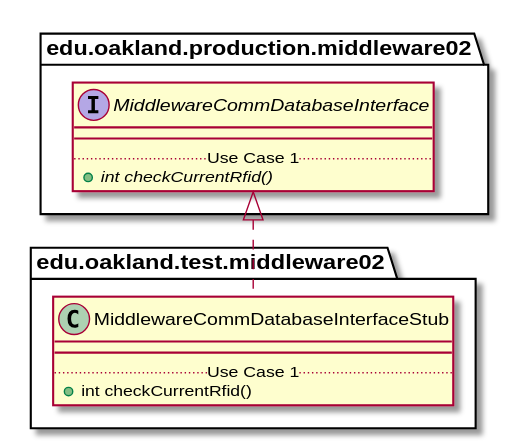
andrewdimmer/csi-3370-software-project keeps this PlantUML diagram as docs/uml-class-diagrams/middleware02/test/MiddlewareCommDatabaseInterfaceStub/MiddlewareCommDatabaseInterfaceStub_Closure.svg. Above is the earlier version. The source it was exported from:
```plantuml
@startuml MiddlewareCommDatabaseInterfaceStub_Closure


package edu.oakland.test.middleware02 {
    class MiddlewareCommDatabaseInterfaceStub {
        __
        .. Use Case 1 ..
        + int checkCurrentRfid()
    }
}




package edu.oakland.production.middleware02 {
    interface MiddlewareCommDatabaseInterface {
        __
        .. Use Case 1 ..
        {abstract} + int checkCurrentRfid()
    }
}






MiddlewareCommDatabaseInterfaceStub .up.|> MiddlewareCommDatabaseInterface



@enduml
```
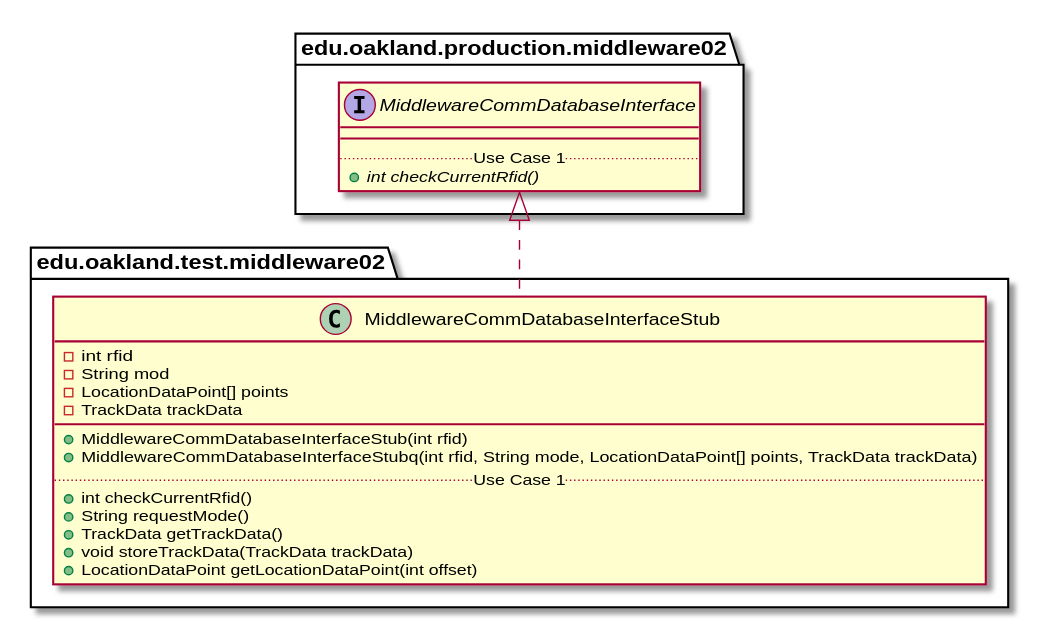
Above is the later version.

Diff of the diagram source:
```diff
@@ -3,9 +3,19 @@
 
 package edu.oakland.test.middleware02 {
     class MiddlewareCommDatabaseInterfaceStub {
+        - int rfid
+        - String mod
+        - LocationDataPoint[] points
+        - TrackData trackData
         __
+        + MiddlewareCommDatabaseInterfaceStub(int rfid)
+        + MiddlewareCommDatabaseInterfaceStubq(int rfid, String mode, LocationDataPoint[] points, TrackData trackData)
         .. Use Case 1 ..
         + int checkCurrentRfid()
+        + String requestMode()
+        + TrackData getTrackData()
+        + void storeTrackData(TrackData trackData)
+        + LocationDataPoint getLocationDataPoint(int offset)
     }
 }
 
```
